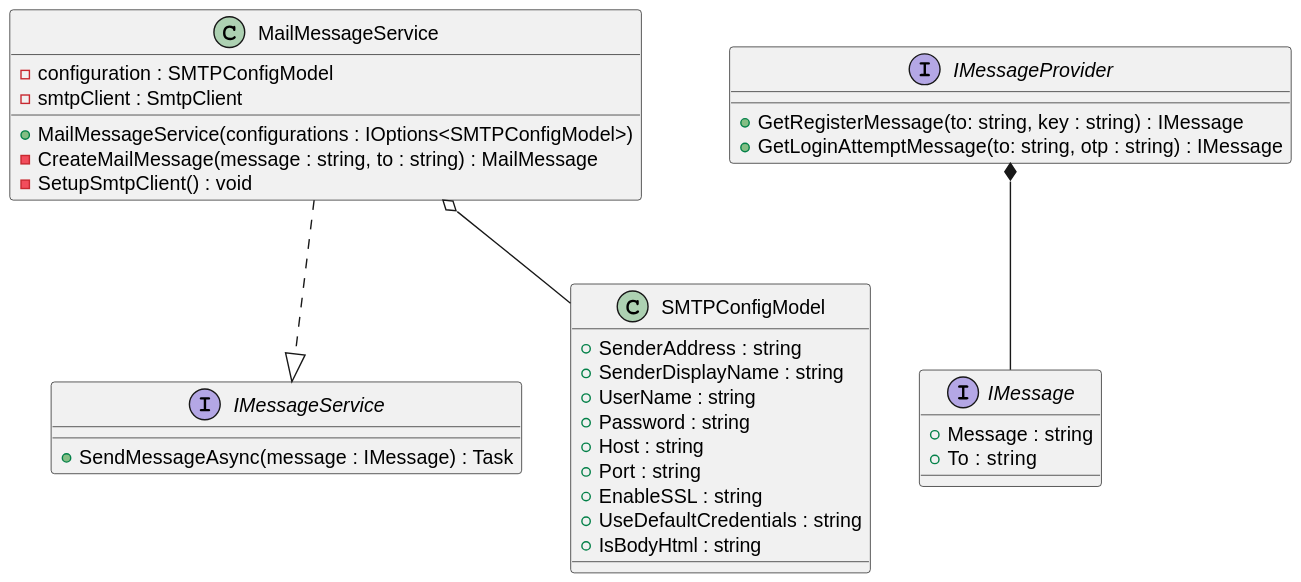
Before: Docs/out/ClassDiagrams/MessageServiceClassDiagram/API class diagram.svg, a diagram exported from PlantUML (blackout1471/trust-us-school).
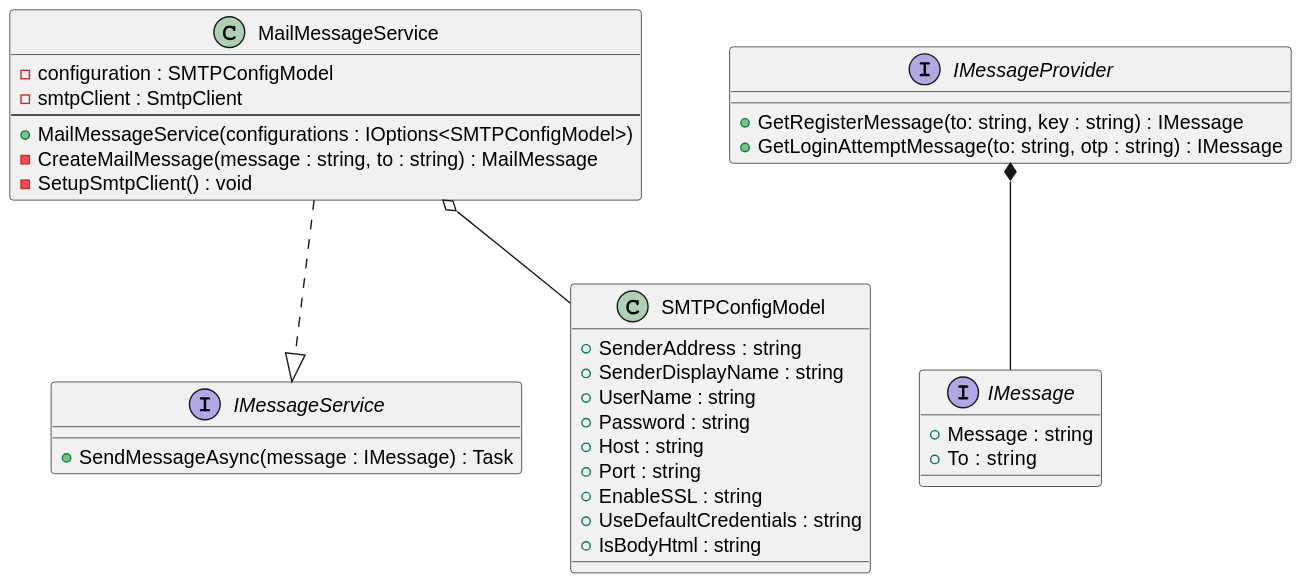
The same diagram one commit later.

Diff of the diagram source:
```diff
@@ -9,7 +9,7 @@
 class MailMessageService{
     -configuration : SMTPConfigModel
     -smtpClient : SmtpClient
-
+    --
     +MailMessageService(configurations : IOptions<SMTPConfigModel>)
     -CreateMailMessage(message : string, to : string) : MailMessage
     -SetupSmtpClient() : void
```
